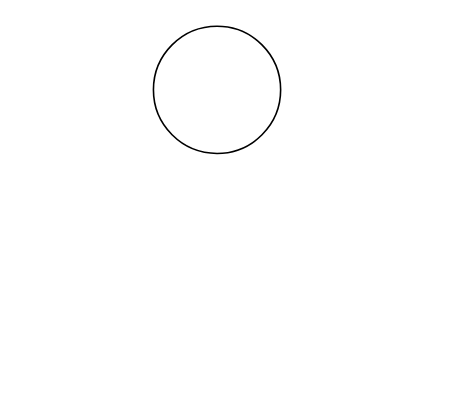
Earlier version of the draw.io diagram Untitled Diagram.drawio (modsyan/Bazar). Source tidied: cells renumbered, new cells numbered last; positions are measured from the earlier drawing's top-left corner, leaving out a move shared by most shapes. Both pictures are drawn from the tidied source at 159%, with x=0, y=0 at pixel (153, 25).
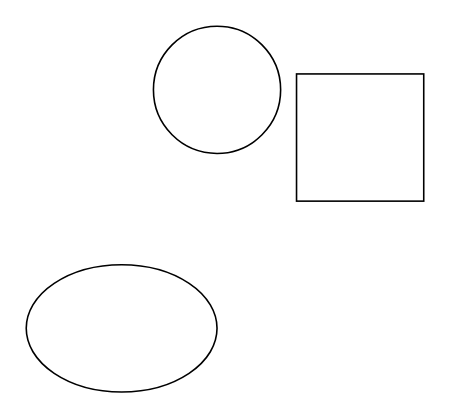
The same page after the edit.

What changed in the source:
```diff
@@
 <mxGraphModel>
   <root>
     <mxCell id="0" />
     <mxCell id="1" parent="0" />
     <mxCell id="2" style="ellipse;whiteSpace=wrap;html=1;" parent="1" vertex="1">
       <mxGeometry width="80" height="80" as="geometry" />
     </mxCell>
+    <mxCell id="3" style="whiteSpace=wrap;html=1;" parent="1" vertex="1">
+      <mxGeometry x="90" y="30" width="80" height="80" as="geometry" />
+    </mxCell>
+    <mxCell id="4" style="ellipse;whiteSpace=wrap;html=1;" parent="1" vertex="1">
+      <mxGeometry x="-80" y="150" width="120" height="80" as="geometry" />
+    </mxCell>
   </root>
 </mxGraphModel>
```
